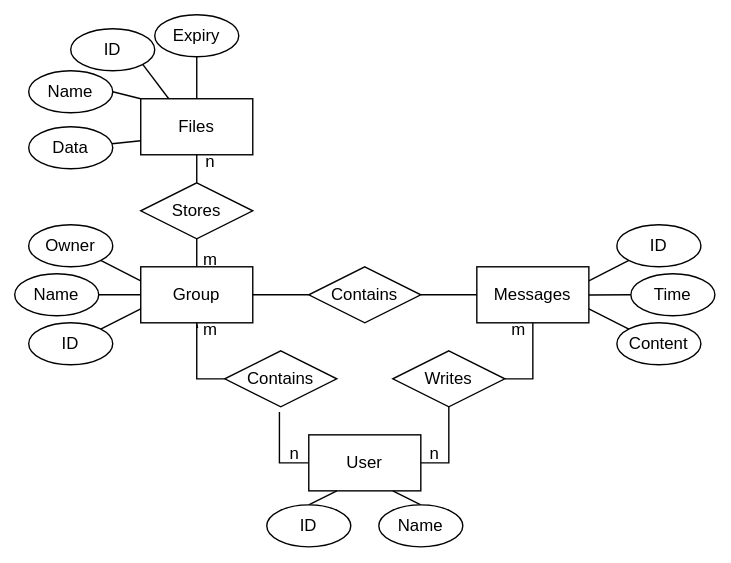
Above: ERD.svg in JoeJ1/WAD2_Group_Project (draw.io), before the change. Source tidied: cells renumbered, new cells last; positions are measured from the earlier drawing's top-left corner, leaving out a move shared by most shapes. Source of this version:
```xml
<mxGraphModel>
  <root>
    <mxCell id="0" />
    <mxCell id="1" parent="0" />
    <mxCell id="2" style="edgeStyle=orthogonalEdgeStyle;rounded=0;jettySize=auto;html=1;exitX=0;exitY=0.5;exitDx=0;exitDy=0;entryX=0.488;entryY=1.093;entryDx=0;entryDy=0;entryPerimeter=0;endArrow=none;endFill=0;" parent="1" edge="1" source="3" target="15">
      <mxGeometry relative="1" as="geometry" />
    </mxCell>
    <mxCell id="3" value="User" style="rounded=0;whiteSpace=wrap;html=1;" parent="1" vertex="1">
      <mxGeometry x="210" y="300" width="80" height="40" as="geometry" />
    </mxCell>
    <mxCell id="4" style="edgeStyle=orthogonalEdgeStyle;rounded=0;jettySize=auto;html=1;exitX=0.5;exitY=0;exitDx=0;exitDy=0;entryX=0.5;entryY=1;entryDx=0;entryDy=0;endArrow=none;endFill=0;" parent="1" edge="1" source="6" target="19">
      <mxGeometry relative="1" as="geometry" />
    </mxCell>
    <mxCell id="5" style="edgeStyle=none;rounded=0;jettySize=auto;html=1;exitX=0;exitY=0.75;exitDx=0;exitDy=0;entryX=1;entryY=0;entryDx=0;entryDy=0;endArrow=none;endFill=0;" parent="1" edge="1" source="6" target="9">
      <mxGeometry relative="1" as="geometry" />
    </mxCell>
    <mxCell id="6" value="Group" style="rounded=0;whiteSpace=wrap;html=1;" parent="1" vertex="1">
      <mxGeometry x="90" y="180" width="80" height="40" as="geometry" />
    </mxCell>
    <mxCell id="7" value="Messages" style="rounded=0;whiteSpace=wrap;html=1;" parent="1" vertex="1">
      <mxGeometry x="330" y="180" width="80" height="40" as="geometry" />
    </mxCell>
    <mxCell id="8" value="Files" style="rounded=0;whiteSpace=wrap;html=1;" parent="1" vertex="1">
      <mxGeometry x="90" y="60" width="80" height="40" as="geometry" />
    </mxCell>
    <mxCell id="9" value="ID" style="ellipse;whiteSpace=wrap;html=1;" parent="1" vertex="1">
      <mxGeometry x="10" y="220" width="60" height="30" as="geometry" />
    </mxCell>
    <mxCell id="10" style="edgeStyle=none;rounded=0;jettySize=auto;html=1;exitX=1;exitY=1;exitDx=0;exitDy=0;entryX=0;entryY=0.25;entryDx=0;entryDy=0;endArrow=none;endFill=0;" parent="1" edge="1" source="11" target="6">
      <mxGeometry relative="1" as="geometry" />
    </mxCell>
    <mxCell id="11" value="Owner" style="ellipse;whiteSpace=wrap;html=1;" parent="1" vertex="1">
      <mxGeometry x="10" y="150" width="60" height="30" as="geometry" />
    </mxCell>
    <mxCell id="12" style="edgeStyle=none;rounded=0;jettySize=auto;html=1;exitX=1;exitY=0.5;exitDx=0;exitDy=0;entryX=0;entryY=0.5;entryDx=0;entryDy=0;endArrow=none;endFill=0;" parent="1" edge="1" source="13" target="6">
      <mxGeometry relative="1" as="geometry" />
    </mxCell>
    <mxCell id="13" value="Name" style="ellipse;whiteSpace=wrap;html=1;" parent="1" vertex="1">
      <mxGeometry y="185" width="60" height="30" as="geometry" />
    </mxCell>
    <mxCell id="14" style="edgeStyle=orthogonalEdgeStyle;rounded=0;jettySize=auto;html=1;exitX=0;exitY=0.5;exitDx=0;exitDy=0;entryX=0.507;entryY=1.093;entryDx=0;entryDy=0;entryPerimeter=0;endArrow=none;endFill=0;" parent="1" edge="1" source="15" target="6">
      <mxGeometry relative="1" as="geometry" />
    </mxCell>
    <mxCell id="15" value="Contains" style="rhombus;whiteSpace=wrap;html=1;" parent="1" vertex="1">
      <mxGeometry x="150" y="240" width="80" height="40" as="geometry" />
    </mxCell>
    <mxCell id="16" style="edgeStyle=orthogonalEdgeStyle;rounded=0;jettySize=auto;html=1;exitX=1;exitY=0.5;exitDx=0;exitDy=0;entryX=0.5;entryY=1;entryDx=0;entryDy=0;endArrow=none;endFill=0;" parent="1" edge="1" source="17" target="7">
      <mxGeometry relative="1" as="geometry" />
    </mxCell>
    <mxCell id="17" value="Writes" style="rhombus;whiteSpace=wrap;html=1;" parent="1" vertex="1">
      <mxGeometry x="270" y="240" width="80" height="40" as="geometry" />
    </mxCell>
    <mxCell id="18" style="edgeStyle=orthogonalEdgeStyle;rounded=0;jettySize=auto;html=1;exitX=0.5;exitY=0;exitDx=0;exitDy=0;entryX=0.5;entryY=1;entryDx=0;entryDy=0;endArrow=none;endFill=0;" parent="1" edge="1" source="19" target="8">
      <mxGeometry relative="1" as="geometry" />
    </mxCell>
    <mxCell id="19" value="Stores" style="rhombus;whiteSpace=wrap;html=1;" parent="1" vertex="1">
      <mxGeometry x="90" y="120" width="80" height="40" as="geometry" />
    </mxCell>
    <mxCell id="20" style="edgeStyle=orthogonalEdgeStyle;rounded=0;jettySize=auto;html=1;endArrow=none;endFill=0;" parent="1" edge="1" source="22" target="6">
      <mxGeometry relative="1" as="geometry" />
    </mxCell>
    <mxCell id="21" style="edgeStyle=orthogonalEdgeStyle;rounded=0;jettySize=auto;html=1;endArrow=none;endFill=0;" parent="1" edge="1" source="22" target="7">
      <mxGeometry relative="1" as="geometry" />
    </mxCell>
    <mxCell id="22" value="Contains" style="rhombus;whiteSpace=wrap;html=1;" parent="1" vertex="1">
      <mxGeometry x="210" y="180" width="80" height="40" as="geometry" />
    </mxCell>
    <mxCell id="23" style="edgeStyle=none;rounded=0;jettySize=auto;html=1;exitX=0.5;exitY=0;exitDx=0;exitDy=0;entryX=0.25;entryY=1;entryDx=0;entryDy=0;endArrow=none;endFill=0;" parent="1" edge="1" source="24" target="3">
      <mxGeometry relative="1" as="geometry" />
    </mxCell>
    <mxCell id="24" value="ID" style="ellipse;whiteSpace=wrap;html=1;" parent="1" vertex="1">
      <mxGeometry x="180" y="350" width="60" height="30" as="geometry" />
    </mxCell>
    <mxCell id="25" style="edgeStyle=none;rounded=0;jettySize=auto;html=1;exitX=0.5;exitY=0;exitDx=0;exitDy=0;endArrow=none;endFill=0;entryX=0.75;entryY=1;entryDx=0;entryDy=0;" parent="1" edge="1" source="26" target="3">
      <mxGeometry relative="1" as="geometry" />
    </mxCell>
    <mxCell id="26" value="Name" style="ellipse;whiteSpace=wrap;html=1;" parent="1" vertex="1">
      <mxGeometry x="260" y="350" width="60" height="30" as="geometry" />
    </mxCell>
    <mxCell id="27" style="edgeStyle=none;rounded=0;jettySize=auto;html=1;exitX=0;exitY=1;exitDx=0;exitDy=0;entryX=1;entryY=0.25;entryDx=0;entryDy=0;endArrow=none;endFill=0;" parent="1" edge="1" source="28" target="7">
      <mxGeometry relative="1" as="geometry" />
    </mxCell>
    <mxCell id="28" value="ID" style="ellipse;whiteSpace=wrap;html=1;" parent="1" vertex="1">
      <mxGeometry x="430" y="150" width="60" height="30" as="geometry" />
    </mxCell>
    <mxCell id="29" style="edgeStyle=none;rounded=0;jettySize=auto;html=1;exitX=0;exitY=0.5;exitDx=0;exitDy=0;endArrow=none;endFill=0;" parent="1" edge="1" source="30">
      <mxGeometry relative="1" as="geometry">
        <mxPoint x="410" y="200.1" as="targetPoint" />
      </mxGeometry>
    </mxCell>
    <mxCell id="30" value="Time" style="ellipse;whiteSpace=wrap;html=1;" parent="1" vertex="1">
      <mxGeometry x="440" y="185" width="60" height="30" as="geometry" />
    </mxCell>
    <mxCell id="31" style="edgeStyle=none;rounded=0;jettySize=auto;html=1;exitX=0;exitY=0;exitDx=0;exitDy=0;entryX=1;entryY=0.75;entryDx=0;entryDy=0;endArrow=none;endFill=0;" parent="1" edge="1" source="32" target="7">
      <mxGeometry relative="1" as="geometry" />
    </mxCell>
    <mxCell id="32" value="Content" style="ellipse;whiteSpace=wrap;html=1;" parent="1" vertex="1">
      <mxGeometry x="430" y="220" width="60" height="30" as="geometry" />
    </mxCell>
    <mxCell id="33" style="edgeStyle=none;rounded=0;jettySize=auto;html=1;exitX=1;exitY=0.5;exitDx=0;exitDy=0;entryX=0;entryY=0;entryDx=0;entryDy=0;endArrow=none;endFill=0;" parent="1" edge="1" source="34" target="8">
      <mxGeometry relative="1" as="geometry" />
    </mxCell>
    <mxCell id="34" value="Name" style="ellipse;whiteSpace=wrap;html=1;" parent="1" vertex="1">
      <mxGeometry x="10" y="40" width="60" height="30" as="geometry" />
    </mxCell>
    <mxCell id="35" style="edgeStyle=none;rounded=0;jettySize=auto;html=1;exitX=1;exitY=1;exitDx=0;exitDy=0;entryX=0.25;entryY=0;entryDx=0;entryDy=0;endArrow=none;endFill=0;" parent="1" edge="1" source="36" target="8">
      <mxGeometry relative="1" as="geometry" />
    </mxCell>
    <mxCell id="36" value="ID" style="ellipse;whiteSpace=wrap;html=1;" parent="1" vertex="1">
      <mxGeometry x="40" y="10" width="60" height="30" as="geometry" />
    </mxCell>
    <mxCell id="37" style="edgeStyle=none;rounded=0;jettySize=auto;html=1;exitX=1;exitY=0.5;exitDx=0;exitDy=0;entryX=0;entryY=0.75;entryDx=0;entryDy=0;endArrow=none;endFill=0;" parent="1" edge="1" source="38" target="8">
      <mxGeometry relative="1" as="geometry" />
    </mxCell>
    <mxCell id="38" value="Data" style="ellipse;whiteSpace=wrap;html=1;" parent="1" vertex="1">
      <mxGeometry x="10" y="80" width="60" height="30" as="geometry" />
    </mxCell>
    <mxCell id="39" style="edgeStyle=none;rounded=0;jettySize=auto;html=1;exitX=0.5;exitY=1;exitDx=0;exitDy=0;entryX=0.5;entryY=0;entryDx=0;entryDy=0;endArrow=none;endFill=0;" parent="1" edge="1" source="40" target="8">
      <mxGeometry relative="1" as="geometry" />
    </mxCell>
    <mxCell id="40" value="Expiry" style="ellipse;whiteSpace=wrap;html=1;" parent="1" vertex="1">
      <mxGeometry x="100" width="60" height="30" as="geometry" />
    </mxCell>
    <mxCell id="41" value="m" style="text;html=1;strokeColor=none;fillColor=none;align=center;verticalAlign=middle;whiteSpace=wrap;rounded=0;" parent="1" vertex="1">
      <mxGeometry x="350" y="220" width="20" height="10" as="geometry" />
    </mxCell>
    <mxCell id="42" value="m" style="text;html=1;strokeColor=none;fillColor=none;align=center;verticalAlign=middle;whiteSpace=wrap;rounded=0;" parent="1" vertex="1">
      <mxGeometry x="130" y="220" width="20" height="10" as="geometry" />
    </mxCell>
    <mxCell id="43" value="n" style="text;html=1;strokeColor=none;fillColor=none;align=center;verticalAlign=middle;whiteSpace=wrap;rounded=0;" parent="1" vertex="1">
      <mxGeometry x="190" y="309" width="20" height="10" as="geometry" />
    </mxCell>
    <mxCell id="44" value="n" style="text;html=1;strokeColor=none;fillColor=none;align=center;verticalAlign=middle;whiteSpace=wrap;rounded=0;" parent="1" vertex="1">
      <mxGeometry x="130" y="100" width="20" height="10" as="geometry" />
    </mxCell>
    <mxCell id="45" value="n" style="text;html=1;strokeColor=none;fillColor=none;align=center;verticalAlign=middle;whiteSpace=wrap;rounded=0;" parent="1" vertex="1">
      <mxGeometry x="290" y="309" width="20" height="10" as="geometry" />
    </mxCell>
    <mxCell id="46" style="edgeStyle=orthogonalEdgeStyle;rounded=0;jettySize=auto;html=1;exitX=1;exitY=0.5;exitDx=0;exitDy=0;endArrow=none;endFill=0;entryX=0.5;entryY=1;entryDx=0;entryDy=0;" parent="1" edge="1" source="3" target="17">
      <mxGeometry relative="1" as="geometry" />
    </mxCell>
    <mxCell id="47" value="m" style="text;html=1;strokeColor=none;fillColor=none;align=center;verticalAlign=middle;whiteSpace=wrap;rounded=0;" parent="1" vertex="1">
      <mxGeometry x="130" y="170" width="20" height="10" as="geometry" />
    </mxCell>
  </root>
</mxGraphModel>
```
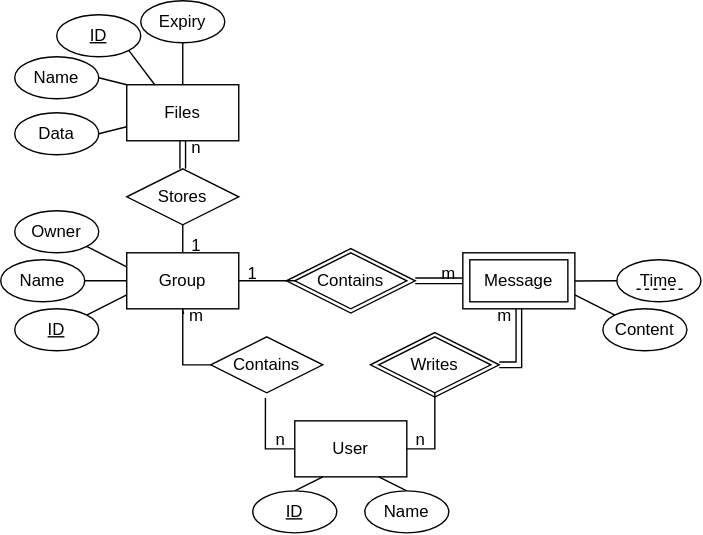
Above is the later version.

Change to the diagram source:
```diff
@@ -2,6 +2,19 @@
   <root>
     <mxCell id="0" />
     <mxCell id="1" parent="0" />
+    <mxCell id="48" style="edgeStyle=orthogonalEdgeStyle;rounded=0;sketch=0;jumpStyle=none;jettySize=auto;html=1;exitX=1;exitY=0.5;exitDx=0;exitDy=0;shadow=0;entryX=0.5;entryY=1;entryDx=0;entryDy=0;shape=link;" parent="1" edge="1" source="49" target="53">
+      <mxGeometry relative="1" as="geometry">
+        <Array as="points">
+          <mxPoint x="370" y="260" />
+        </Array>
+      </mxGeometry>
+    </mxCell>
+    <mxCell id="49" style="rhombus;whiteSpace=wrap;html=1;rounded=0;" parent="1" vertex="1">
+      <mxGeometry x="264" y="237" width="92" height="46" as="geometry" />
+    </mxCell>
+    <mxCell id="50" style="rhombus;whiteSpace=wrap;html=1;rounded=0;" parent="1" vertex="1">
+      <mxGeometry x="204" y="177" width="92" height="46" as="geometry" />
+    </mxCell>
     <mxCell id="2" style="edgeStyle=orthogonalEdgeStyle;rounded=0;jettySize=auto;html=1;exitX=0;exitY=0.5;exitDx=0;exitDy=0;entryX=0.488;entryY=1.093;entryDx=0;entryDy=0;entryPerimeter=0;endArrow=none;endFill=0;" parent="1" edge="1" source="3" target="15">
       <mxGeometry relative="1" as="geometry" />
     </mxCell>
@@ -17,13 +30,10 @@
     <mxCell id="6" value="Group" style="rounded=0;whiteSpace=wrap;html=1;" parent="1" vertex="1">
       <mxGeometry x="90" y="180" width="80" height="40" as="geometry" />
     </mxCell>
-    <mxCell id="7" value="Messages" style="rounded=0;whiteSpace=wrap;html=1;" parent="1" vertex="1">
-      <mxGeometry x="330" y="180" width="80" height="40" as="geometry" />
-    </mxCell>
     <mxCell id="8" value="Files" style="rounded=0;whiteSpace=wrap;html=1;" parent="1" vertex="1">
       <mxGeometry x="90" y="60" width="80" height="40" as="geometry" />
     </mxCell>
-    <mxCell id="9" value="ID" style="ellipse;whiteSpace=wrap;html=1;" parent="1" vertex="1">
+    <mxCell id="9" value="&lt;u&gt;ID&lt;/u&gt;" style="ellipse;whiteSpace=wrap;html=1;" parent="1" vertex="1">
       <mxGeometry x="10" y="220" width="60" height="30" as="geometry" />
     </mxCell>
     <mxCell id="10" style="edgeStyle=none;rounded=0;jettySize=auto;html=1;exitX=1;exitY=1;exitDx=0;exitDy=0;entryX=0;entryY=0.25;entryDx=0;entryDy=0;endArrow=none;endFill=0;" parent="1" edge="1" source="11" target="6">
@@ -44,13 +54,10 @@
     <mxCell id="15" value="Contains" style="rhombus;whiteSpace=wrap;html=1;" parent="1" vertex="1">
       <mxGeometry x="150" y="240" width="80" height="40" as="geometry" />
     </mxCell>
-    <mxCell id="16" style="edgeStyle=orthogonalEdgeStyle;rounded=0;jettySize=auto;html=1;exitX=1;exitY=0.5;exitDx=0;exitDy=0;entryX=0.5;entryY=1;entryDx=0;entryDy=0;endArrow=none;endFill=0;" parent="1" edge="1" source="17" target="7">
-      <mxGeometry relative="1" as="geometry" />
-    </mxCell>
     <mxCell id="17" value="Writes" style="rhombus;whiteSpace=wrap;html=1;" parent="1" vertex="1">
       <mxGeometry x="270" y="240" width="80" height="40" as="geometry" />
     </mxCell>
-    <mxCell id="18" style="edgeStyle=orthogonalEdgeStyle;rounded=0;jettySize=auto;html=1;exitX=0.5;exitY=0;exitDx=0;exitDy=0;entryX=0.5;entryY=1;entryDx=0;entryDy=0;endArrow=none;endFill=0;" parent="1" edge="1" source="19" target="8">
+    <mxCell id="18" style="edgeStyle=orthogonalEdgeStyle;rounded=0;jettySize=auto;html=1;exitX=0.5;exitY=0;exitDx=0;exitDy=0;entryX=0.5;entryY=1;entryDx=0;entryDy=0;endArrow=none;endFill=0;shape=link;" parent="1" edge="1" source="19" target="8">
       <mxGeometry relative="1" as="geometry" />
     </mxCell>
     <mxCell id="19" value="Stores" style="rhombus;whiteSpace=wrap;html=1;" parent="1" vertex="1">
@@ -59,16 +66,18 @@
     <mxCell id="20" style="edgeStyle=orthogonalEdgeStyle;rounded=0;jettySize=auto;html=1;endArrow=none;endFill=0;" parent="1" edge="1" source="22" target="6">
       <mxGeometry relative="1" as="geometry" />
     </mxCell>
-    <mxCell id="21" style="edgeStyle=orthogonalEdgeStyle;rounded=0;jettySize=auto;html=1;endArrow=none;endFill=0;" parent="1" edge="1" source="22" target="7">
-      <mxGeometry relative="1" as="geometry" />
+    <mxCell id="21" style="edgeStyle=orthogonalEdgeStyle;rounded=0;jettySize=auto;html=1;endArrow=none;endFill=0;shape=link;exitX=1;exitY=0.5;exitDx=0;exitDy=0;" parent="1" edge="1" source="50">
+      <mxGeometry relative="1" as="geometry">
+        <mxPoint x="330" y="200" as="targetPoint" />
+      </mxGeometry>
     </mxCell>
-    <mxCell id="22" value="Contains" style="rhombus;whiteSpace=wrap;html=1;" parent="1" vertex="1">
+    <mxCell id="22" value="Contains" style="rhombus;whiteSpace=wrap;html=1;rounded=0;" parent="1" vertex="1">
       <mxGeometry x="210" y="180" width="80" height="40" as="geometry" />
     </mxCell>
     <mxCell id="23" style="edgeStyle=none;rounded=0;jettySize=auto;html=1;exitX=0.5;exitY=0;exitDx=0;exitDy=0;entryX=0.25;entryY=1;entryDx=0;entryDy=0;endArrow=none;endFill=0;" parent="1" edge="1" source="24" target="3">
       <mxGeometry relative="1" as="geometry" />
     </mxCell>
-    <mxCell id="24" value="ID" style="ellipse;whiteSpace=wrap;html=1;" parent="1" vertex="1">
+    <mxCell id="24" value="&lt;u&gt;ID&lt;/u&gt;" style="ellipse;whiteSpace=wrap;html=1;" parent="1" vertex="1">
       <mxGeometry x="180" y="350" width="60" height="30" as="geometry" />
     </mxCell>
     <mxCell id="25" style="edgeStyle=none;rounded=0;jettySize=auto;html=1;exitX=0.5;exitY=0;exitDx=0;exitDy=0;endArrow=none;endFill=0;entryX=0.75;entryY=1;entryDx=0;entryDy=0;" parent="1" edge="1" source="26" target="3">
@@ -77,12 +86,6 @@
     <mxCell id="26" value="Name" style="ellipse;whiteSpace=wrap;html=1;" parent="1" vertex="1">
       <mxGeometry x="260" y="350" width="60" height="30" as="geometry" />
     </mxCell>
-    <mxCell id="27" style="edgeStyle=none;rounded=0;jettySize=auto;html=1;exitX=0;exitY=1;exitDx=0;exitDy=0;entryX=1;entryY=0.25;entryDx=0;entryDy=0;endArrow=none;endFill=0;" parent="1" edge="1" source="28" target="7">
-      <mxGeometry relative="1" as="geometry" />
-    </mxCell>
-    <mxCell id="28" value="ID" style="ellipse;whiteSpace=wrap;html=1;" parent="1" vertex="1">
-      <mxGeometry x="430" y="150" width="60" height="30" as="geometry" />
-    </mxCell>
     <mxCell id="29" style="edgeStyle=none;rounded=0;jettySize=auto;html=1;exitX=0;exitY=0.5;exitDx=0;exitDy=0;endArrow=none;endFill=0;" parent="1" edge="1" source="30">
       <mxGeometry relative="1" as="geometry">
         <mxPoint x="410" y="200.1" as="targetPoint" />
@@ -91,8 +94,10 @@
     <mxCell id="30" value="Time" style="ellipse;whiteSpace=wrap;html=1;" parent="1" vertex="1">
       <mxGeometry x="440" y="185" width="60" height="30" as="geometry" />
     </mxCell>
-    <mxCell id="31" style="edgeStyle=none;rounded=0;jettySize=auto;html=1;exitX=0;exitY=0;exitDx=0;exitDy=0;entryX=1;entryY=0.75;entryDx=0;entryDy=0;endArrow=none;endFill=0;" parent="1" edge="1" source="32" target="7">
-      <mxGeometry relative="1" as="geometry" />
+    <mxCell id="31" style="edgeStyle=none;rounded=0;jettySize=auto;html=1;exitX=0;exitY=0;exitDx=0;exitDy=0;entryX=1;entryY=0.75;entryDx=0;entryDy=0;endArrow=none;endFill=0;" parent="1" edge="1" source="32">
+      <mxGeometry relative="1" as="geometry">
+        <mxPoint x="410" y="210" as="targetPoint" />
+      </mxGeometry>
     </mxCell>
     <mxCell id="32" value="Content" style="ellipse;whiteSpace=wrap;html=1;" parent="1" vertex="1">
       <mxGeometry x="430" y="220" width="60" height="30" as="geometry" />
@@ -106,7 +111,7 @@
     <mxCell id="35" style="edgeStyle=none;rounded=0;jettySize=auto;html=1;exitX=1;exitY=1;exitDx=0;exitDy=0;entryX=0.25;entryY=0;entryDx=0;entryDy=0;endArrow=none;endFill=0;" parent="1" edge="1" source="36" target="8">
       <mxGeometry relative="1" as="geometry" />
     </mxCell>
-    <mxCell id="36" value="ID" style="ellipse;whiteSpace=wrap;html=1;" parent="1" vertex="1">
+    <mxCell id="36" value="&lt;u&gt;ID&lt;/u&gt;" style="ellipse;whiteSpace=wrap;html=1;" parent="1" vertex="1">
       <mxGeometry x="40" y="10" width="60" height="30" as="geometry" />
     </mxCell>
     <mxCell id="37" style="edgeStyle=none;rounded=0;jettySize=auto;html=1;exitX=1;exitY=0.5;exitDx=0;exitDy=0;entryX=0;entryY=0.75;entryDx=0;entryDy=0;endArrow=none;endFill=0;" parent="1" edge="1" source="38" target="8">
@@ -139,8 +144,26 @@
     <mxCell id="46" style="edgeStyle=orthogonalEdgeStyle;rounded=0;jettySize=auto;html=1;exitX=1;exitY=0.5;exitDx=0;exitDy=0;endArrow=none;endFill=0;entryX=0.5;entryY=1;entryDx=0;entryDy=0;" parent="1" edge="1" source="3" target="17">
       <mxGeometry relative="1" as="geometry" />
     </mxCell>
-    <mxCell id="47" value="m" style="text;html=1;strokeColor=none;fillColor=none;align=center;verticalAlign=middle;whiteSpace=wrap;rounded=0;" parent="1" vertex="1">
+    <mxCell id="47" value="1" style="text;html=1;strokeColor=none;fillColor=none;align=center;verticalAlign=middle;whiteSpace=wrap;rounded=0;" parent="1" vertex="1">
       <mxGeometry x="130" y="170" width="20" height="10" as="geometry" />
     </mxCell>
+    <mxCell id="51" value="m" style="text;html=1;strokeColor=none;fillColor=none;align=center;verticalAlign=middle;whiteSpace=wrap;rounded=0;" parent="1" vertex="1">
+      <mxGeometry x="310" y="190" width="20" height="10" as="geometry" />
+    </mxCell>
+    <mxCell id="52" value="1" style="text;html=1;strokeColor=none;fillColor=none;align=center;verticalAlign=middle;whiteSpace=wrap;rounded=0;" parent="1" vertex="1">
+      <mxGeometry x="170" y="190" width="20" height="10" as="geometry" />
+    </mxCell>
+    <mxCell id="53" value="Message" style="rounded=0;whiteSpace=wrap;html=1;sketch=0;" parent="1" vertex="1">
+      <mxGeometry x="330" y="180" width="80" height="40" as="geometry" />
+    </mxCell>
+    <mxCell id="54" value="Message" style="rounded=0;whiteSpace=wrap;html=1;sketch=0;" parent="1" vertex="1">
+      <mxGeometry x="335" y="185" width="70" height="30" as="geometry" />
+    </mxCell>
+    <mxCell id="55" style="endArrow=none;html=1;strokeWidth=1;rounded=0;shadow=0;sketch=0;jumpStyle=none;dashed=1;" parent="1" edge="1">
+      <mxGeometry relative="1" as="geometry">
+        <mxPoint x="454" y="206" as="sourcePoint" />
+        <mxPoint x="489" y="206" as="targetPoint" />
+      </mxGeometry>
+    </mxCell>
   </root>
 </mxGraphModel>
```
